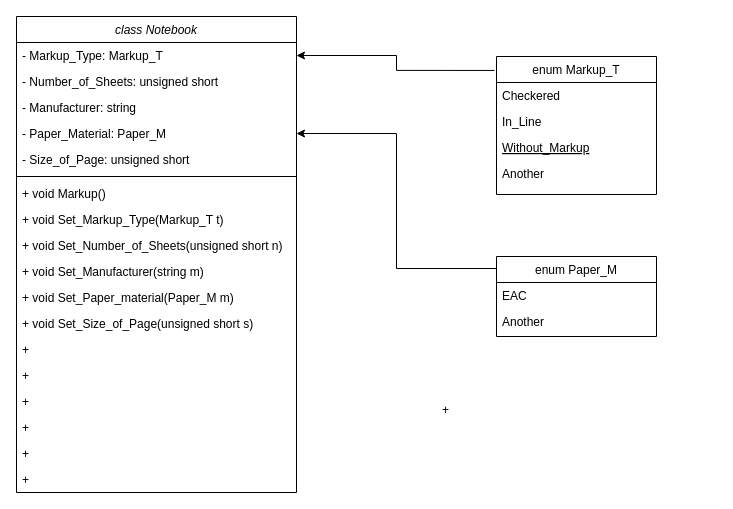
Before: Untitled Diagram.drawio in NemoNology/OOP_ADT_Notebook_BAS, a draw.io diagram. Source tidied: cells renumbered, new cells numbered last; positions are measured from the earlier drawing's top-left corner, leaving out a move shared by most shapes. Both pictures are drawn from the tidied source at 100%, with x=0, y=0 at pixel (16, 16).
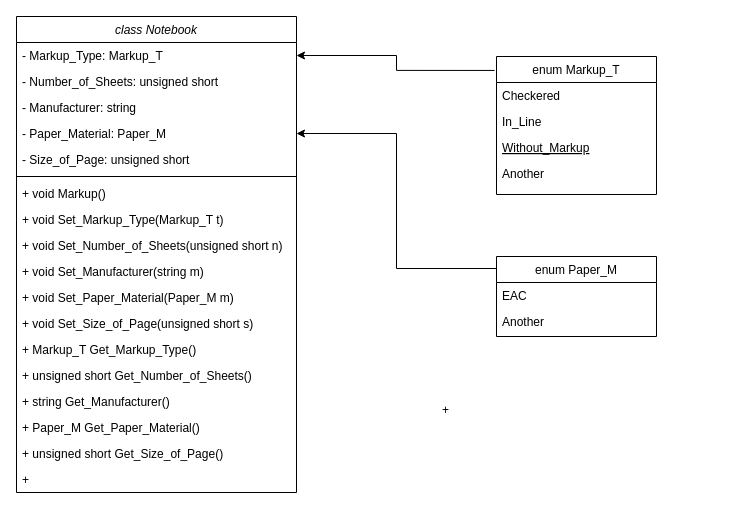
After the change.

Unchanged cells that the change refers to:
```xml
<mxCell id="2" value="class Notebook&#10;" style="swimlane;fontStyle=2;align=center;verticalAlign=top;horizontal=1;startSize=26;rounded=0;shadow=0;strokeWidth=1;fontColor=default;fillColor=default;strokeColor=default;" parent="1" vertex="1">
  <mxGeometry width="280" height="476" as="geometry" />
</mxCell>
```

Diff of the diagram source:
```diff
@@
-    <mxCell id="13" value="+ void Set_Paper_material(Paper_M m)" style="text;align=left;verticalAlign=top;spacingLeft=4;spacingRight=4;overflow=hidden;fontColor=default;" parent="2" vertex="1">
+    <mxCell id="13" value="+ void Set_Paper_Material(Paper_M m)" style="text;align=left;verticalAlign=top;spacingLeft=4;spacingRight=4;overflow=hidden;fontColor=default;" parent="2" vertex="1">
       <mxGeometry y="268" width="280" height="26" as="geometry" />
     </mxCell>
@@
-    <mxCell id="15" value="+ " style="text;align=left;verticalAlign=top;spacingLeft=4;spacingRight=4;overflow=hidden;fontColor=default;" parent="2" vertex="1">
+    <mxCell id="15" value="+ Markup_T Get_Markup_Type()" style="text;align=left;verticalAlign=top;spacingLeft=4;spacingRight=4;overflow=hidden;fontColor=default;" parent="2" vertex="1">
       <mxGeometry y="320" width="280" height="26" as="geometry" />
     </mxCell>
-    <mxCell id="16" value="+ " style="text;align=left;verticalAlign=top;spacingLeft=4;spacingRight=4;overflow=hidden;fontColor=default;" parent="2" vertex="1">
+    <mxCell id="16" value="+ unsigned short Get_Number_of_Sheets()" style="text;align=left;verticalAlign=top;spacingLeft=4;spacingRight=4;overflow=hidden;fontColor=default;" parent="2" vertex="1">
       <mxGeometry y="346" width="280" height="26" as="geometry" />
     </mxCell>
-    <mxCell id="17" value="+ " style="text;align=left;verticalAlign=top;spacingLeft=4;spacingRight=4;overflow=hidden;fontColor=default;" parent="2" vertex="1">
+    <mxCell id="17" value="+ string Get_Manufacturer()" style="text;align=left;verticalAlign=top;spacingLeft=4;spacingRight=4;overflow=hidden;fontColor=default;" parent="2" vertex="1">
       <mxGeometry y="372" width="280" height="26" as="geometry" />
     </mxCell>
-    <mxCell id="18" value="+ " style="text;align=left;verticalAlign=top;spacingLeft=4;spacingRight=4;overflow=hidden;fontColor=default;" parent="2" vertex="1">
+    <mxCell id="18" value="+ Paper_M Get_Paper_Material()" style="text;align=left;verticalAlign=top;spacingLeft=4;spacingRight=4;overflow=hidden;fontColor=default;" parent="2" vertex="1">
       <mxGeometry y="398" width="280" height="26" as="geometry" />
     </mxCell>
-    <mxCell id="19" value="+ " style="text;align=left;verticalAlign=top;spacingLeft=4;spacingRight=4;overflow=hidden;fontColor=default;" parent="2" vertex="1">
+    <mxCell id="19" value="+ unsigned short Get_Size_of_Page()" style="text;align=left;verticalAlign=top;spacingLeft=4;spacingRight=4;overflow=hidden;fontColor=default;" parent="2" vertex="1">
       <mxGeometry y="424" width="280" height="26" as="geometry" />
     </mxCell>
```
